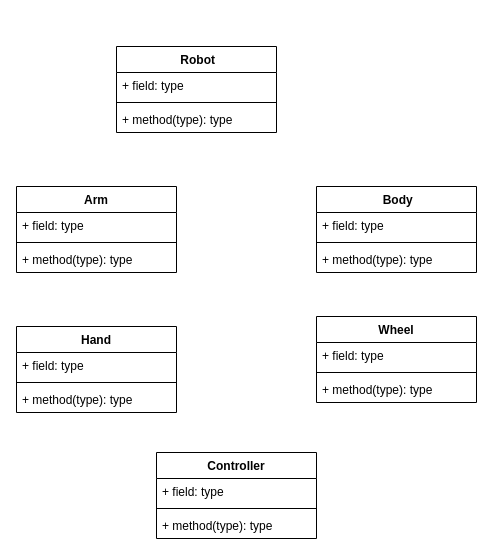
Before: 객체 설계 문제-10주차.drawio in skatld123/NSH, a draw.io diagram. Source tidied: cells renumbered, new cells numbered last; positions are measured from the earlier drawing's top-left corner, leaving out a move shared by most shapes. Both pictures are drawn from the tidied source at 100%, with x=0, y=0 at pixel (16, 46).
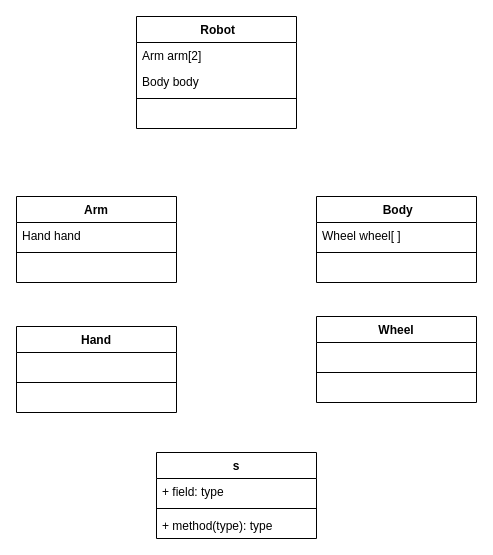
After the change.

Commit message (it also covers changes not shown here):
객체 설계 문제-10주차.drawio 업데이트

The change refers to these unchanged cells:
```xml
<mxCell id="6" value="Wheel" style="swimlane;fontStyle=1;align=center;verticalAlign=top;horizontal=1;startSize=26;" parent="1" vertex="1">
  <mxGeometry x="300" y="270" width="160" height="86" as="geometry" />
</mxCell>
<mxCell id="10" value="Hand" style="swimlane;fontStyle=1;align=center;verticalAlign=top;horizontal=1;startSize=26;" parent="1" vertex="1">
  <mxGeometry y="280" width="160" height="86" as="geometry" />
</mxCell>
```

Change to the diagram source:
```diff
@@
     <mxCell id="2" value=" Robot" style="swimlane;fontStyle=1;align=center;verticalAlign=top;horizontal=1;startSize=26;" parent="1" vertex="1">
-      <mxGeometry x="100" width="160" height="86" as="geometry" />
+      <mxGeometry x="120" y="-30" width="160" height="112" as="geometry" />
     </mxCell>
+    <mxCell id="26" value="Arm arm[2]" style="text;strokeColor=none;fillColor=none;align=left;verticalAlign=top;spacingLeft=4;spacingRight=4;overflow=hidden;" parent="2" vertex="1">
+      <mxGeometry y="26" width="160" height="26" as="geometry" />
+    </mxCell>
-    <mxCell id="3" value="+ field: type" style="text;strokeColor=none;fillColor=none;align=left;verticalAlign=top;spacingLeft=4;spacingRight=4;overflow=hidden;" parent="2" vertex="1">
-      <mxGeometry y="26" width="160" height="26" as="geometry" />
+    <mxCell id="3" value="Body body" style="text;strokeColor=none;fillColor=none;align=left;verticalAlign=top;spacingLeft=4;spacingRight=4;overflow=hidden;" parent="2" vertex="1">
+      <mxGeometry y="52" width="160" height="26" as="geometry" />
     </mxCell>
     <mxCell id="4" style="line;strokeWidth=1;fillColor=none;align=left;verticalAlign=middle;spacingTop=-1;spacingLeft=3;spacingRight=3;labelPosition=right;" parent="2" vertex="1">
-      <mxGeometry y="52" width="160" height="8" as="geometry" />
+      <mxGeometry y="78" width="160" height="8" as="geometry" />
     </mxCell>
-    <mxCell id="5" value="+ method(type): type" style="text;strokeColor=none;fillColor=none;align=left;verticalAlign=top;spacingLeft=4;spacingRight=4;overflow=hidden;" parent="2" vertex="1">
-      <mxGeometry y="60" width="160" height="26" as="geometry" />
+    <mxCell id="5" value=" " style="text;strokeColor=none;fillColor=none;align=left;verticalAlign=top;spacingLeft=4;spacingRight=4;overflow=hidden;" parent="2" vertex="1">
+      <mxGeometry y="86" width="160" height="26" as="geometry" />
     </mxCell>
@@
-    <mxCell id="7" value="+ field: type" style="text;strokeColor=none;fillColor=none;align=left;verticalAlign=top;spacingLeft=4;spacingRight=4;overflow=hidden;" parent="6" vertex="1">
+    <mxCell id="7" value=" " style="text;strokeColor=none;fillColor=none;align=left;verticalAlign=top;spacingLeft=4;spacingRight=4;overflow=hidden;" parent="6" vertex="1">
       <mxGeometry y="26" width="160" height="26" as="geometry" />
     </mxCell>
@@
-    <mxCell id="9" value="+ method(type): type" style="text;strokeColor=none;fillColor=none;align=left;verticalAlign=top;spacingLeft=4;spacingRight=4;overflow=hidden;" parent="6" vertex="1">
+    <mxCell id="9" value=" " style="text;strokeColor=none;fillColor=none;align=left;verticalAlign=top;spacingLeft=4;spacingRight=4;overflow=hidden;" parent="6" vertex="1">
       <mxGeometry y="60" width="160" height="26" as="geometry" />
     </mxCell>
@@
-    <mxCell id="11" value="+ field: type" style="text;strokeColor=none;fillColor=none;align=left;verticalAlign=top;spacingLeft=4;spacingRight=4;overflow=hidden;" parent="10" vertex="1">
+    <mxCell id="11" value=" " style="text;strokeColor=none;fillColor=none;align=left;verticalAlign=top;spacingLeft=4;spacingRight=4;overflow=hidden;" parent="10" vertex="1">
       <mxGeometry y="26" width="160" height="26" as="geometry" />
     </mxCell>
@@
-    <mxCell id="13" value="+ method(type): type" style="text;strokeColor=none;fillColor=none;align=left;verticalAlign=top;spacingLeft=4;spacingRight=4;overflow=hidden;" parent="10" vertex="1">
+    <mxCell id="13" value=" " style="text;strokeColor=none;fillColor=none;align=left;verticalAlign=top;spacingLeft=4;spacingRight=4;overflow=hidden;" parent="10" vertex="1">
       <mxGeometry y="60" width="160" height="26" as="geometry" />
     </mxCell>
     <mxCell id="14" value=" Body" style="swimlane;fontStyle=1;align=center;verticalAlign=top;horizontal=1;startSize=26;" parent="1" vertex="1">
-      <mxGeometry x="300" y="140" width="160" height="86" as="geometry" />
+      <mxGeometry x="300" y="150" width="160" height="86" as="geometry" />
     </mxCell>
-    <mxCell id="15" value="+ field: type" style="text;strokeColor=none;fillColor=none;align=left;verticalAlign=top;spacingLeft=4;spacingRight=4;overflow=hidden;" parent="14" vertex="1">
+    <mxCell id="15" value="Wheel wheel[ ]" style="text;strokeColor=none;fillColor=none;align=left;verticalAlign=top;spacingLeft=4;spacingRight=4;overflow=hidden;" parent="14" vertex="1">
       <mxGeometry y="26" width="160" height="26" as="geometry" />
     </mxCell>
@@
-    <mxCell id="17" value="+ method(type): type" style="text;strokeColor=none;fillColor=none;align=left;verticalAlign=top;spacingLeft=4;spacingRight=4;overflow=hidden;" parent="14" vertex="1">
+    <mxCell id="17" value=" " style="text;strokeColor=none;fillColor=none;align=left;verticalAlign=top;spacingLeft=4;spacingRight=4;overflow=hidden;" parent="14" vertex="1">
       <mxGeometry y="60" width="160" height="26" as="geometry" />
     </mxCell>
     <mxCell id="18" value="Arm" style="swimlane;fontStyle=1;align=center;verticalAlign=top;horizontal=1;startSize=26;" parent="1" vertex="1">
-      <mxGeometry y="140" width="160" height="86" as="geometry" />
+      <mxGeometry y="150" width="160" height="86" as="geometry" />
     </mxCell>
-    <mxCell id="19" value="+ field: type" style="text;strokeColor=none;fillColor=none;align=left;verticalAlign=top;spacingLeft=4;spacingRight=4;overflow=hidden;" parent="18" vertex="1">
+    <mxCell id="19" value="Hand hand" style="text;strokeColor=none;fillColor=none;align=left;verticalAlign=top;spacingLeft=4;spacingRight=4;overflow=hidden;" parent="18" vertex="1">
       <mxGeometry y="26" width="160" height="26" as="geometry" />
     </mxCell>
@@
-    <mxCell id="21" value="+ method(type): type" style="text;strokeColor=none;fillColor=none;align=left;verticalAlign=top;spacingLeft=4;spacingRight=4;overflow=hidden;" parent="18" vertex="1">
+    <mxCell id="21" value=" " style="text;strokeColor=none;fillColor=none;align=left;verticalAlign=top;spacingLeft=4;spacingRight=4;overflow=hidden;" parent="18" vertex="1">
       <mxGeometry y="60" width="160" height="26" as="geometry" />
     </mxCell>
-    <mxCell id="22" value="Controller" style="swimlane;fontStyle=1;align=center;verticalAlign=top;horizontal=1;startSize=26;" parent="1" vertex="1">
+    <mxCell id="22" value="s" style="swimlane;fontStyle=1;align=center;verticalAlign=top;horizontal=1;startSize=26;" parent="1" vertex="1">
       <mxGeometry x="140" y="406" width="160" height="86" as="geometry" />
     </mxCell>
```
